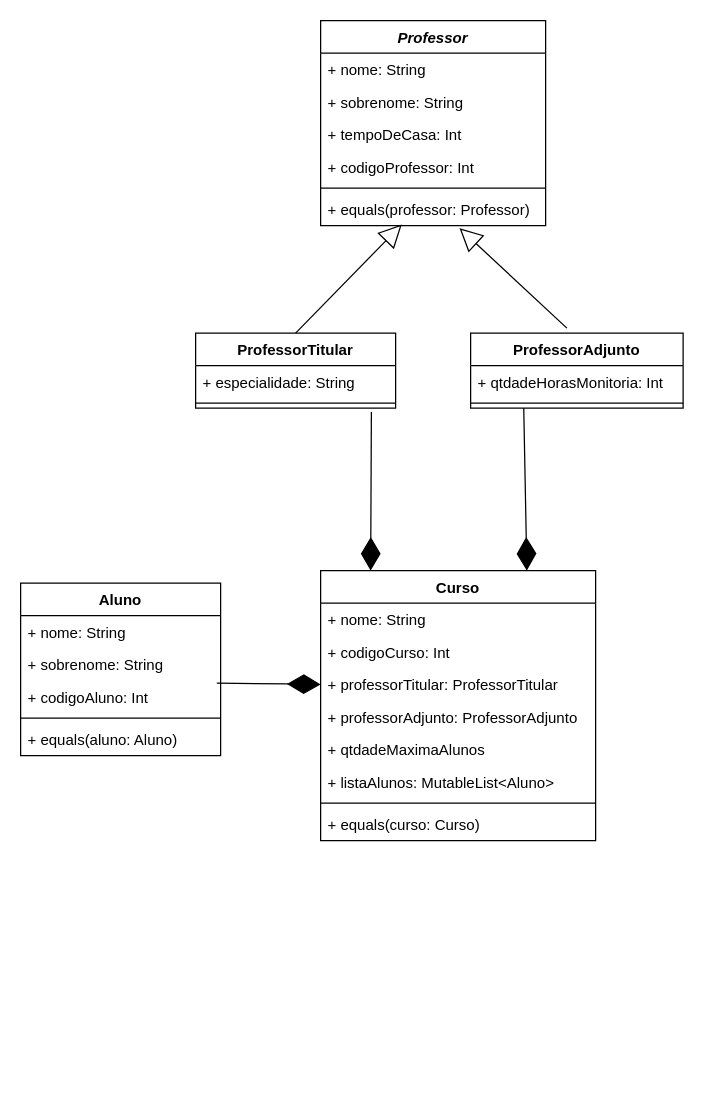
The draw.io diagram out/production/desafioKotlin/br/digitalhouse/com/desafioKotlin/desafioKotlin.drawio in AlineCruzDEV/desafioKotlin, before the edit. Source tidied: cells renumbered, new cells numbered last; positions are measured from the earlier drawing's top-left corner, leaving out a move shared by most shapes. Both pictures are drawn from the tidied source at 125%, with x=0, y=0 at pixel (20, 20).
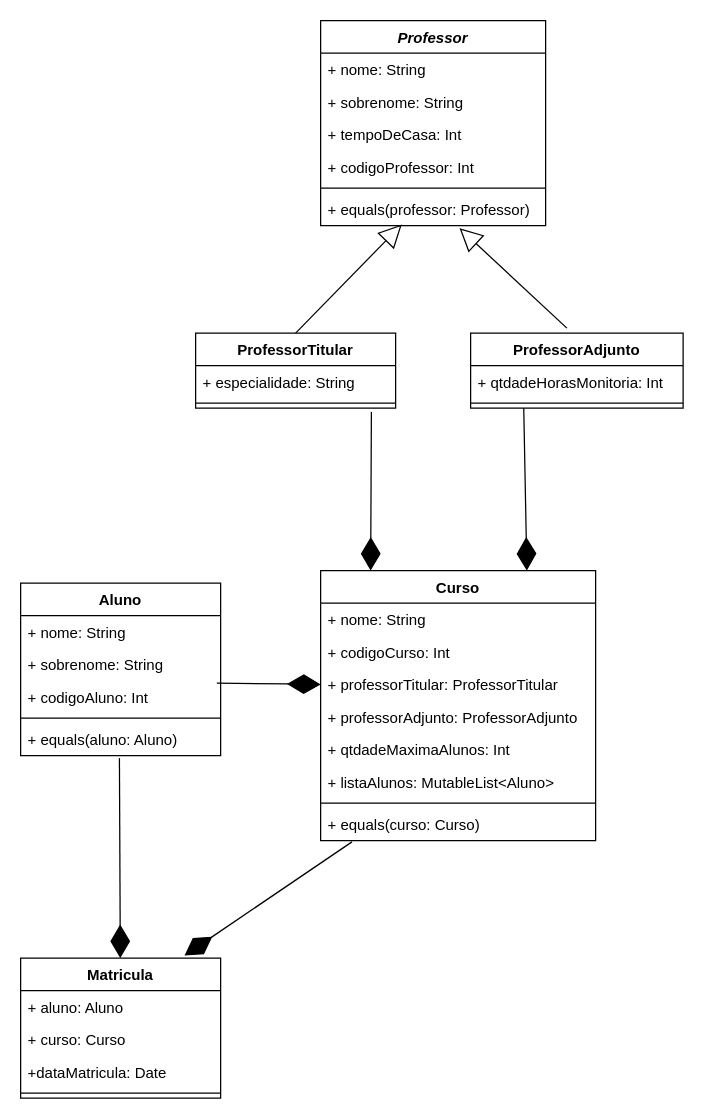
The same page after the edit.

Commit message (it also covers changes not shown here):
Parte F - Criacao da  Classe Matricula

Unchanged cells that the change refers to:
```xml
<mxCell id="22" value="+ equals(aluno: Aluno)" style="text;strokeColor=none;fillColor=none;align=left;verticalAlign=top;spacingLeft=4;spacingRight=4;overflow=hidden;points=[[0,0.5],[1,0.5]];portConstraint=eastwest;" parent="17" vertex="1">
  <mxGeometry y="112" width="160" height="26" as="geometry" />
</mxCell>
<mxCell id="26" value="Curso" style="swimlane;fontStyle=1;align=center;verticalAlign=top;horizontal=1;startSize=26;" parent="1" vertex="1">
  <mxGeometry x="240" y="440" width="220" height="216" as="geometry" />
</mxCell>
<mxCell id="34" value="+ equals(curso: Curso)" style="text;strokeColor=none;fillColor=none;align=left;verticalAlign=top;spacingLeft=4;spacingRight=4;overflow=hidden;points=[[0,0.5],[1,0.5]];portConstraint=eastwest;" parent="26" vertex="1">
  <mxGeometry y="190" width="220" height="26" as="geometry" />
</mxCell>
```

The edit, as a diff of the source:
```diff
@@
-    <mxCell id="31" value="+ qtdadeMaximaAlunos" style="text;strokeColor=none;fillColor=none;align=left;verticalAlign=top;spacingLeft=4;spacingRight=4;overflow=hidden;" parent="26" vertex="1">
+    <mxCell id="31" value="+ qtdadeMaximaAlunos: Int" style="text;strokeColor=none;fillColor=none;align=left;verticalAlign=top;spacingLeft=4;spacingRight=4;overflow=hidden;" parent="26" vertex="1">
       <mxGeometry y="130" width="220" height="26" as="geometry" />
     </mxCell>
@@
+    <mxCell id="35" style="endArrow=diamondThin;endFill=1;endSize=24;html=1;exitX=0.114;exitY=1.038;exitDx=0;exitDy=0;exitPerimeter=0;entryX=0.819;entryY=-0.018;entryDx=0;entryDy=0;entryPerimeter=0;" parent="1" edge="1" source="34" target="37">
+      <mxGeometry relative="1" as="geometry" />
+    </mxCell>
+    <mxCell id="36" style="endArrow=diamondThin;endFill=1;endSize=24;html=1;exitX=0.494;exitY=1.077;exitDx=0;exitDy=0;exitPerimeter=0;" parent="1" edge="1" source="22" target="37">
+      <mxGeometry relative="1" as="geometry" />
+    </mxCell>
+    <mxCell id="37" value="Matricula" style="swimlane;fontStyle=1;align=center;verticalAlign=top;horizontal=1;startSize=26;" parent="1" vertex="1">
+      <mxGeometry y="750" width="160" height="112" as="geometry" />
+    </mxCell>
+    <mxCell id="38" value="+ aluno: Aluno" style="text;strokeColor=none;fillColor=none;align=left;verticalAlign=top;spacingLeft=4;spacingRight=4;overflow=hidden;" parent="37" vertex="1">
+      <mxGeometry y="26" width="160" height="26" as="geometry" />
+    </mxCell>
+    <mxCell id="39" value="+ curso: Curso" style="text;strokeColor=none;fillColor=none;align=left;verticalAlign=top;spacingLeft=4;spacingRight=4;overflow=hidden;" parent="37" vertex="1">
+      <mxGeometry y="52" width="160" height="26" as="geometry" />
+    </mxCell>
+    <mxCell id="40" value="+dataMatricula: Date" style="text;strokeColor=none;fillColor=none;align=left;verticalAlign=top;spacingLeft=4;spacingRight=4;overflow=hidden;" parent="37" vertex="1">
+      <mxGeometry y="78" width="160" height="26" as="geometry" />
+    </mxCell>
+    <mxCell id="41" style="line;strokeWidth=1;fillColor=none;align=left;verticalAlign=middle;spacingTop=-1;spacingLeft=3;spacingRight=3;labelPosition=right;" parent="37" vertex="1">
+      <mxGeometry y="104" width="160" height="8" as="geometry" />
+    </mxCell>
```
